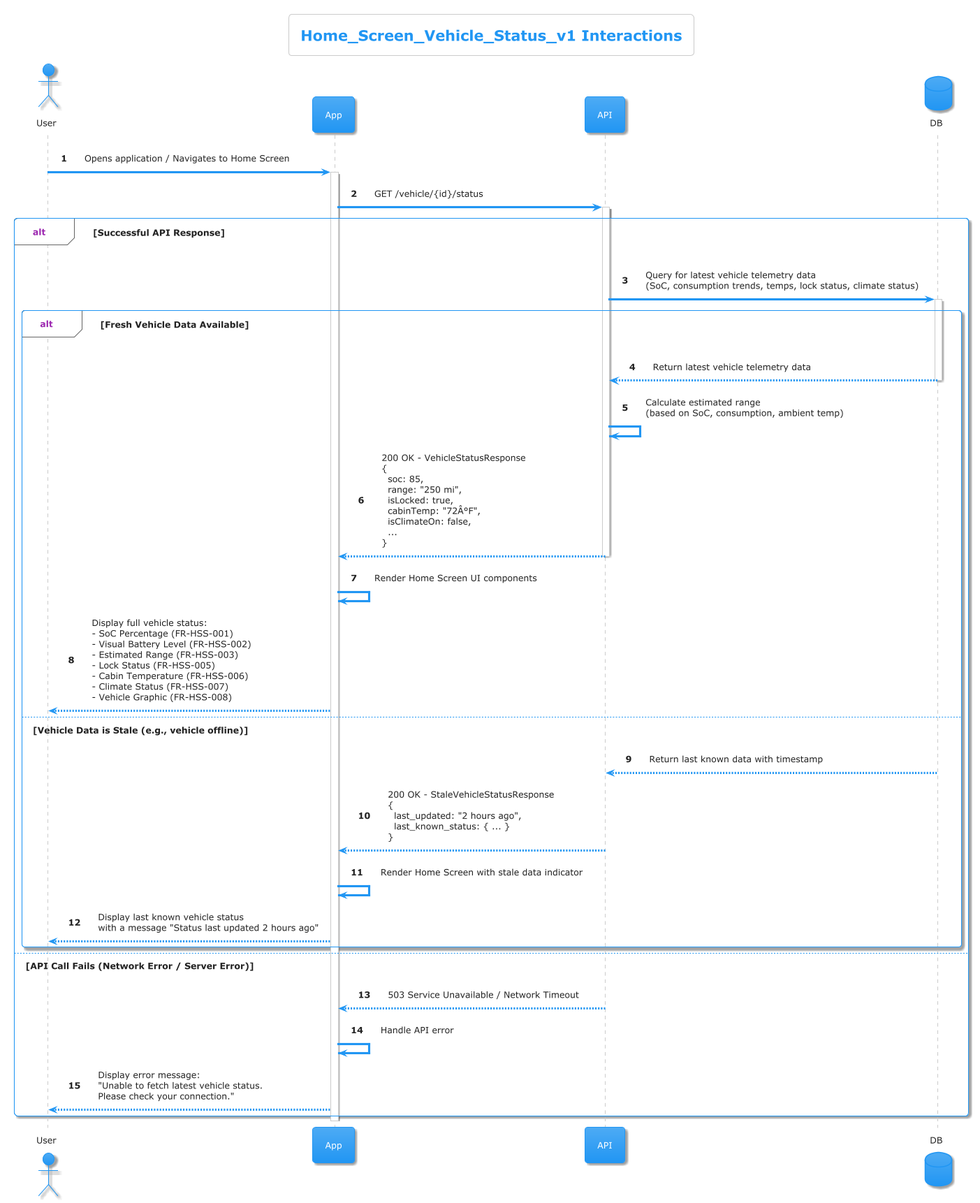
Earlier version of the PlantUML export uml_diagrams/sequence/Home_Screen_Vehicle_Status_v1_sequence_diagram.png (fcaversan/SRS_Project). Source of this version:
```plantuml
@startuml
!theme materia

title Home_Screen_Vehicle_Status_v1 Interactions

autonumber

actor "User" as User
participant "App" as App
participant "API" as API
database "DB" as DB

User -> App: Opens application / Navigates to Home Screen
activate App

App -> API: GET /vehicle/{id}/status
activate API

alt Successful API Response

    API -> DB: Query for latest vehicle telemetry data\n(SoC, consumption trends, temps, lock status, climate status)
    activate DB

    alt Fresh Vehicle Data Available
        DB --> API: Return latest vehicle telemetry data
        deactivate DB

        API -> API: Calculate estimated range\n(based on SoC, consumption, ambient temp)

        API --> App: 200 OK - VehicleStatusResponse\n{\n  soc: 85,\n  range: "250 mi",\n  isLocked: true,\n  cabinTemp: "72Â°F",\n  isClimateOn: false,\n  ... \n}
        deactivate API

        App -> App: Render Home Screen UI components
        App --> User: Display full vehicle status:\n- SoC Percentage (FR-HSS-001)\n- Visual Battery Level (FR-HSS-002)\n- Estimated Range (FR-HSS-003)\n- Lock Status (FR-HSS-005)\n- Cabin Temperature (FR-HSS-006)\n- Climate Status (FR-HSS-007)\n- Vehicle Graphic (FR-HSS-008)

    else Vehicle Data is Stale (e.g., vehicle offline)
        DB --> API: Return last known data with timestamp
        deactivate DB

        API --> App: 200 OK - StaleVehicleStatusResponse\n{\n  last_updated: "2 hours ago",\n  last_known_status: { ... }\n}
        deactivate API

        App -> App: Render Home Screen with stale data indicator
        App --> User: Display last known vehicle status\nwith a message "Status last updated 2 hours ago"

    end

else API Call Fails (Network Error / Server Error)
    API --> App: 503 Service Unavailable / Network Timeout
    deactivate API

    App -> App: Handle API error
    App --> User: Display error message:\n"Unable to fetch latest vehicle status.\nPlease check your connection."

end

deactivate App

@enduml
```
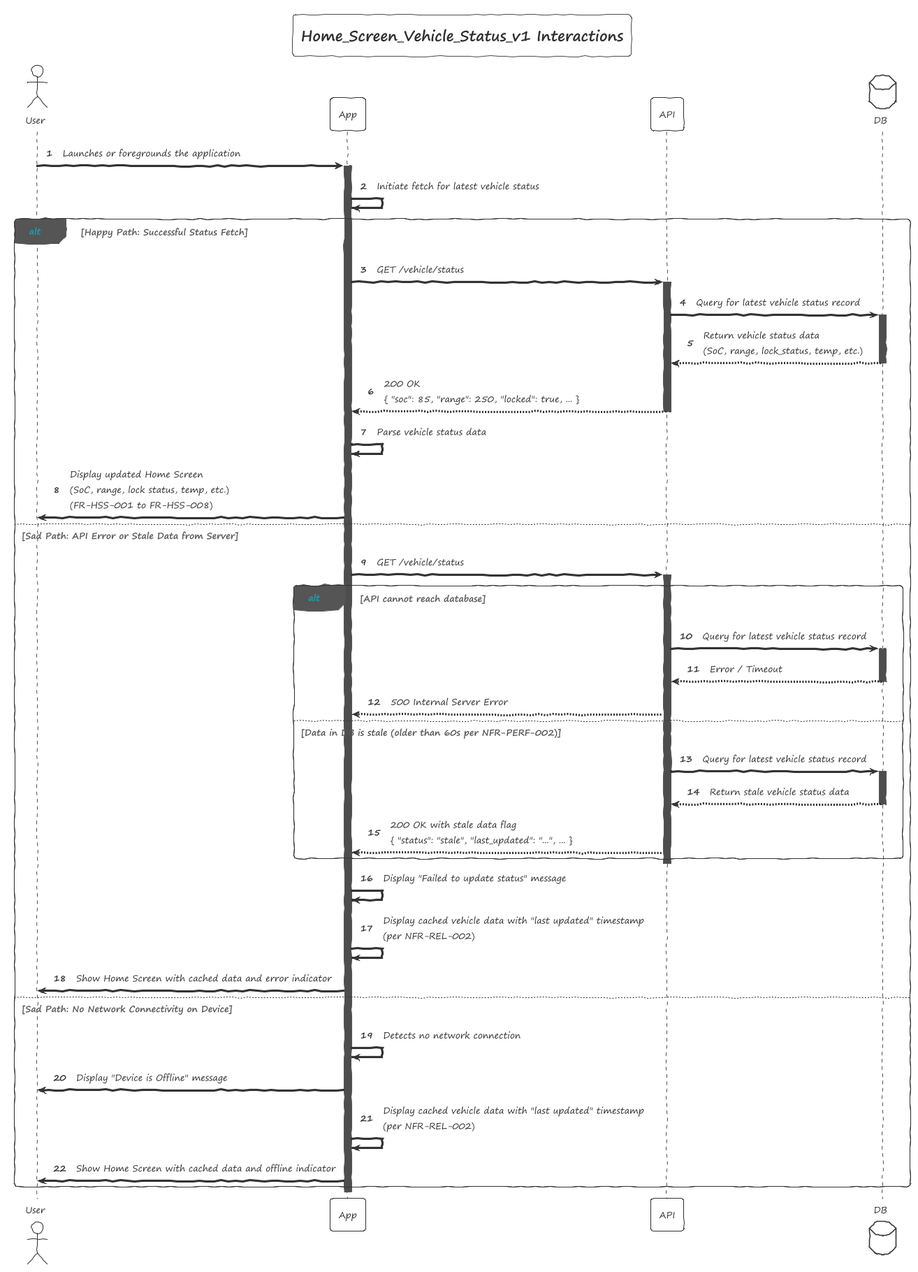
After the commit.

The edit, as a diff of the source:
```diff
@@ -1,5 +1,5 @@
 @startuml
-!theme materia
+!theme sketchy-outline
 
 title Home_Screen_Vehicle_Status_v1 Interactions
 
@@ -10,47 +10,58 @@
 participant "API" as API
 database "DB" as DB
 
-User -> App: Opens application / Navigates to Home Screen
+User -> App: Launches or foregrounds the application
 activate App
 
-App -> API: GET /vehicle/{id}/status
-activate API
+App -> App: Initiate fetch for latest vehicle status
 
-alt Successful API Response
+alt Happy Path: Successful Status Fetch
 
-    API -> DB: Query for latest vehicle telemetry data\n(SoC, consumption trends, temps, lock status, climate status)
+    App -> API: GET /vehicle/status
+    activate API
+
+    API -> DB: Query for latest vehicle status record
     activate DB
+    DB --> API: Return vehicle status data \n(SoC, range, lock_status, temp, etc.)
+    deactivate DB
 
-    alt Fresh Vehicle Data Available
-        DB --> API: Return latest vehicle telemetry data
+    API --> App: 200 OK \n{ "soc": 85, "range": 250, "locked": true, ... }
+    deactivate API
+
+    App -> App: Parse vehicle status data
+    App -> User: Display updated Home Screen \n(SoC, range, lock status, temp, etc.) \n(FR-HSS-001 to FR-HSS-008)
+
+else Sad Path: API Error or Stale Data from Server
+
+    App -> API: GET /vehicle/status
+    activate API
+
+    alt API cannot reach database
+        API -> DB: Query for latest vehicle status record
+        activate DB
+        DB --> API: Error / Timeout
         deactivate DB
-
-        API -> API: Calculate estimated range\n(based on SoC, consumption, ambient temp)
-
-        API --> App: 200 OK - VehicleStatusResponse\n{\n  soc: 85,\n  range: "250 mi",\n  isLocked: true,\n  cabinTemp: "72Â°F",\n  isClimateOn: false,\n  ... \n}
-        deactivate API
-
-        App -> App: Render Home Screen UI components
-        App --> User: Display full vehicle status:\n- SoC Percentage (FR-HSS-001)\n- Visual Battery Level (FR-HSS-002)\n- Estimated Range (FR-HSS-003)\n- Lock Status (FR-HSS-005)\n- Cabin Temperature (FR-HSS-006)\n- Climate Status (FR-HSS-007)\n- Vehicle Graphic (FR-HSS-008)
-
-    else Vehicle Data is Stale (e.g., vehicle offline)
-        DB --> API: Return last known data with timestamp
+        API --> App: 500 Internal Server Error
+    else Data in DB is stale (older than 60s per NFR-PERF-002)
+        API -> DB: Query for latest vehicle status record
+        activate DB
+        DB --> API: Return stale vehicle status data
         deactivate DB
-
-        API --> App: 200 OK - StaleVehicleStatusResponse\n{\n  last_updated: "2 hours ago",\n  last_known_status: { ... }\n}
-        deactivate API
-
-        App -> App: Render Home Screen with stale data indicator
-        App --> User: Display last known vehicle status\nwith a message "Status last updated 2 hours ago"
-
+        API --> App: 200 OK with stale data flag \n{ "status": "stale", "last_updated": "...", ... }
     end
 
-else API Call Fails (Network Error / Server Error)
-    API --> App: 503 Service Unavailable / Network Timeout
     deactivate API
 
-    App -> App: Handle API error
-    App --> User: Display error message:\n"Unable to fetch latest vehicle status.\nPlease check your connection."
+    App -> App: Display "Failed to update status" message
+    App -> App: Display cached vehicle data with "last updated" timestamp \n(per NFR-REL-002)
+    App -> User: Show Home Screen with cached data and error indicator
+
+else Sad Path: No Network Connectivity on Device
+
+    App -> App: Detects no network connection
+    App -> User: Display "Device is Offline" message
+    App -> App: Display cached vehicle data with "last updated" timestamp \n(per NFR-REL-002)
+    App -> User: Show Home Screen with cached data and offline indicator
 
 end
 
```
